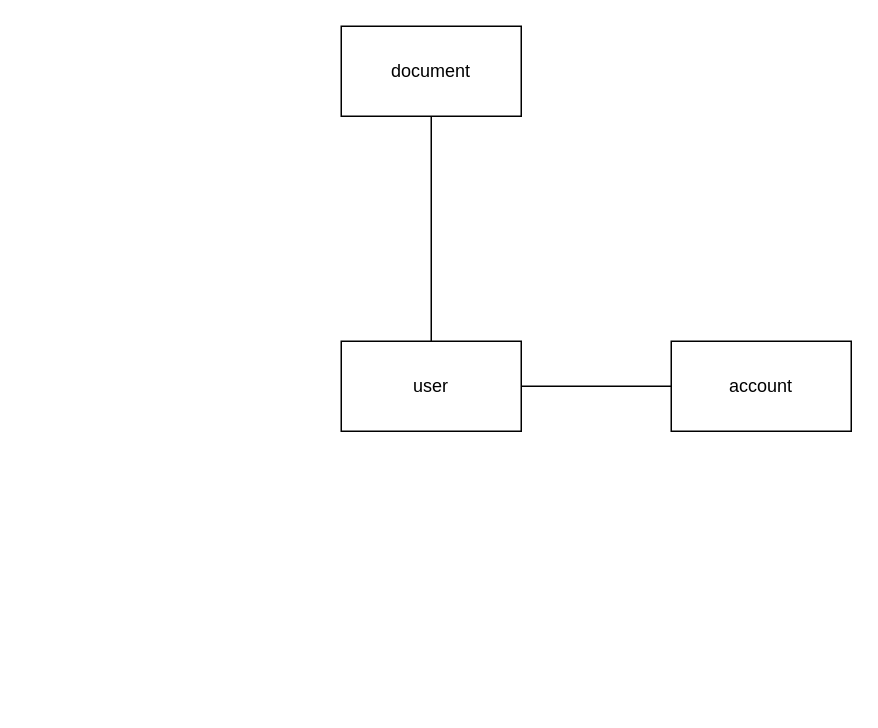
egorb17/ESPO-DB keeps this draw.io diagram as Untitled Diagram.drawio. Above is the earlier version. Source tidied: cells renumbered, new cells numbered last; positions are measured from the earlier drawing's top-left corner, leaving out a move shared by most shapes. Both pictures are drawn from the tidied source at 150%, with x=0, y=0 at pixel (340, 26).
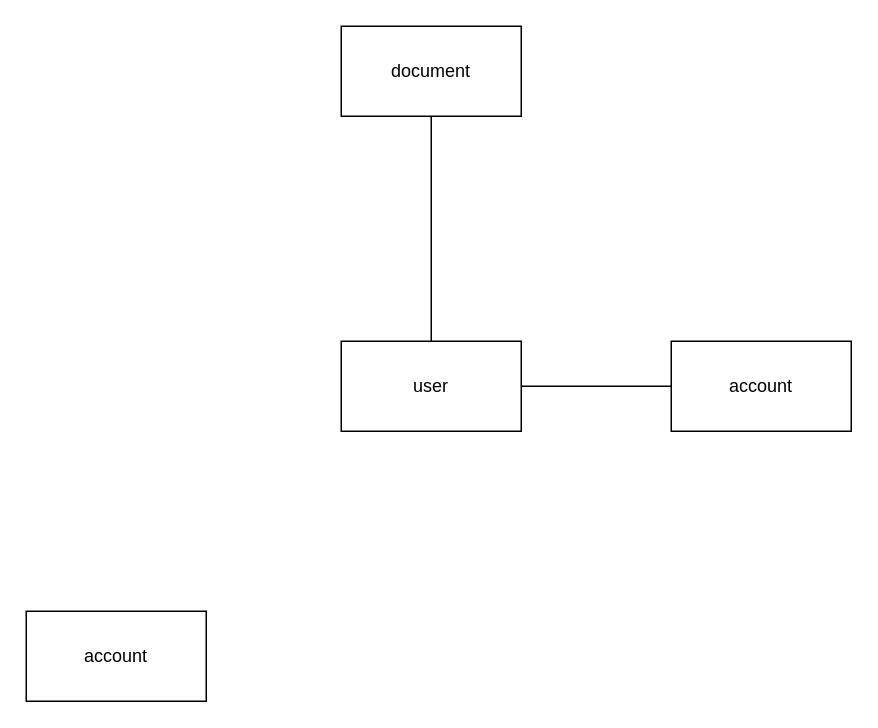
The same page after the edit.

What changed in the source:
```diff
@@
 <mxGraphModel>
   <root>
     <mxCell id="0" />
     <mxCell id="1" parent="0" />
     <mxCell id="2" value="user" style="rounded=0;whiteSpace=wrap;html=1;" parent="1" vertex="1">
       <mxGeometry y="210" width="120" height="60" as="geometry" />
     </mxCell>
     <mxCell id="3" value="account" style="rounded=0;whiteSpace=wrap;html=1;" parent="1" vertex="1">
       <mxGeometry x="220" y="210" width="120" height="60" as="geometry" />
     </mxCell>
     <mxCell id="4" style="endArrow=none;html=1;rounded=0;entryX=0;entryY=0.5;entryDx=0;entryDy=0;exitX=1;exitY=0.5;exitDx=0;exitDy=0;" parent="1" edge="1" source="2" target="3">
       <mxGeometry relative="1" as="geometry" />
     </mxCell>
+    <mxCell id="7" value="account" style="rounded=0;whiteSpace=wrap;html=1;" parent="1" vertex="1">
+      <mxGeometry x="-210" y="390" width="120" height="60" as="geometry" />
+    </mxCell>
     <mxCell id="5" value="document" style="rounded=0;whiteSpace=wrap;html=1;" parent="1" vertex="1">
       <mxGeometry width="120" height="60" as="geometry" />
     </mxCell>
     <mxCell id="6" style="endArrow=none;html=1;rounded=0;entryX=0.5;entryY=1;entryDx=0;entryDy=0;exitX=0.5;exitY=0;exitDx=0;exitDy=0;" parent="1" edge="1" source="2" target="5">
       <mxGeometry relative="1" as="geometry" />
     </mxCell>
   </root>
 </mxGraphModel>
```
